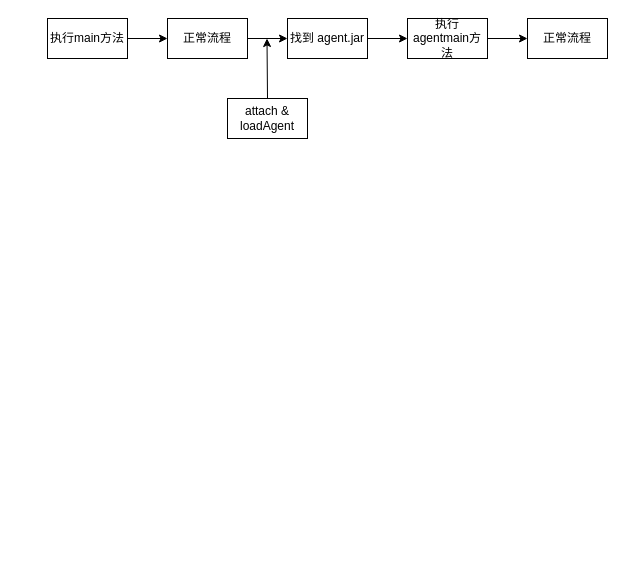
zzzskd/pictureandor keeps this draw.io diagram as 未命名绘图.drawio. Above is the earlier version. Source tidied: cells renumbered, new cells numbered last; positions are measured from the earlier drawing's top-left corner, leaving out a move shared by most shapes. Both pictures are drawn from the tidied source at 100%, with x=0, y=0 at pixel (47, 18).
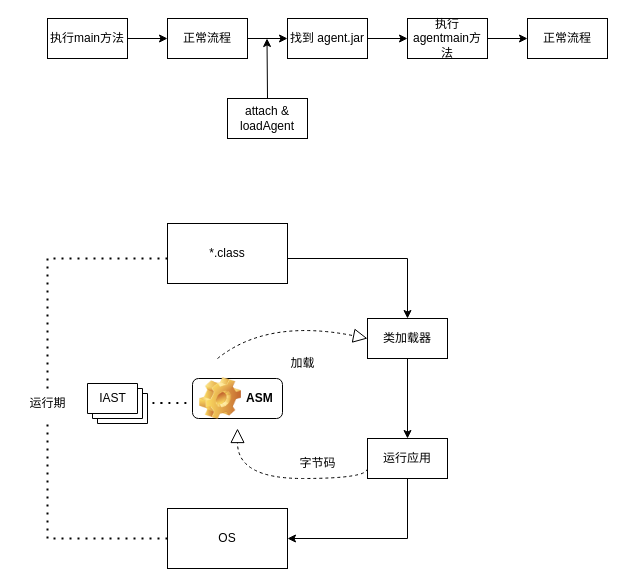
After the change.

Commit message:
更新未命名绘图.drawio

The edit, as a diff of the source:
```diff
@@
+    <mxCell id="13" value="*.class" style="rounded=0;whiteSpace=wrap;html=1;" parent="1" vertex="1">
+      <mxGeometry x="120" y="205" width="120" height="60" as="geometry" />
+    </mxCell>
+    <mxCell id="14" value="OS" style="rounded=0;whiteSpace=wrap;html=1;" parent="1" vertex="1">
+      <mxGeometry x="120" y="490" width="120" height="60" as="geometry" />
+    </mxCell>
+    <mxCell id="15" value="类加载器" style="rounded=0;whiteSpace=wrap;html=1;" parent="1" vertex="1">
+      <mxGeometry x="320" y="300" width="80" height="40" as="geometry" />
+    </mxCell>
+    <mxCell id="16" value="运行应用" style="rounded=0;whiteSpace=wrap;html=1;" parent="1" vertex="1">
+      <mxGeometry x="320" y="420" width="80" height="40" as="geometry" />
+    </mxCell>
+    <mxCell id="17" value="ASM" style="label;whiteSpace=wrap;html=1;image=img/clipart/Gear_128x128.png;" parent="1" vertex="1">
+      <mxGeometry x="145" y="360" width="90" height="40" as="geometry" />
+    </mxCell>
+    <mxCell id="18" style="endArrow=classic;html=1;rounded=0;" parent="1" edge="1">
+      <mxGeometry relative="1" as="geometry">
+        <mxPoint x="240" y="240" as="sourcePoint" />
+        <mxPoint x="360" y="300" as="targetPoint" />
+        <Array as="points">
+          <mxPoint x="360" y="240" />
+        </Array>
+      </mxGeometry>
+    </mxCell>
+    <mxCell id="19" style="endArrow=classic;html=1;rounded=0;entryX=0.5;entryY=0;entryDx=0;entryDy=0;" parent="1" edge="1" target="16">
+      <mxGeometry relative="1" as="geometry">
+        <mxPoint x="360" y="340" as="sourcePoint" />
+      </mxGeometry>
+    </mxCell>
+    <mxCell id="20" style="endArrow=classic;html=1;rounded=0;entryX=1;entryY=0.5;entryDx=0;entryDy=0;" parent="1" edge="1" target="14">
+      <mxGeometry x="-1" y="-32" relative="1" as="geometry">
+        <mxPoint x="360" y="460" as="sourcePoint" />
+        <Array as="points">
+          <mxPoint x="360" y="520" />
+        </Array>
+        <mxPoint x="-33" y="7" as="offset" />
+      </mxGeometry>
+    </mxCell>
+    <mxCell id="21" style="endArrow=none;dashed=1;html=1;dashPattern=1 3;strokeWidth=2;rounded=0;startArrow=none;" parent="1" edge="1" source="26">
+      <mxGeometry x="0.26" y="60" relative="1" as="geometry">
+        <mxPoint x="120" y="240" as="targetPoint" />
+        <Array as="points">
+          <mxPoint y="240" />
+        </Array>
+      </mxGeometry>
+    </mxCell>
+    <mxCell id="22" style="endArrow=block;dashed=1;endFill=0;endSize=12;html=1;rounded=0;edgeStyle=orthogonalEdgeStyle;curved=1;" parent="1" edge="1">
+      <mxGeometry relative="1" as="geometry">
+        <mxPoint x="320" y="450" as="sourcePoint" />
+        <mxPoint x="190" y="410" as="targetPoint" />
+        <Array as="points">
+          <mxPoint x="320" y="460" />
+          <mxPoint x="190" y="460" />
+        </Array>
+      </mxGeometry>
+    </mxCell>
+    <mxCell id="23" value="字节码" style="text;html=1;align=center;verticalAlign=middle;strokeColor=none;fillColor=none;" parent="1" vertex="1">
+      <mxGeometry x="240" y="430" width="60" height="30" as="geometry" />
+    </mxCell>
+    <mxCell id="24" style="endArrow=block;dashed=1;endFill=0;endSize=12;html=1;rounded=0;curved=1;" parent="1" edge="1">
+      <mxGeometry relative="1" as="geometry">
+        <mxPoint x="170" y="340" as="sourcePoint" />
+        <mxPoint x="320" y="320" as="targetPoint" />
+        <Array as="points">
+          <mxPoint x="220" y="300" />
+        </Array>
+      </mxGeometry>
+    </mxCell>
+    <mxCell id="25" value="加载" style="text;html=1;align=center;verticalAlign=middle;strokeColor=none;fillColor=none;" parent="1" vertex="1">
+      <mxGeometry x="230" y="330" width="50" height="30" as="geometry" />
+    </mxCell>
+    <mxCell id="26" value="运行期" style="text;html=1;align=center;verticalAlign=middle;points=[];strokeColor=none;fillColor=none;" parent="1" vertex="1">
+      <mxGeometry x="-30" y="370" width="60" height="30" as="geometry" />
+    </mxCell>
+    <mxCell id="27" style="endArrow=none;dashed=1;html=1;dashPattern=1 3;strokeWidth=2;rounded=0;" parent="1" edge="1" target="26">
+      <mxGeometry x="0.26" y="60" relative="1" as="geometry">
+        <mxPoint x="120" y="520" as="sourcePoint" />
+        <Array as="points">
+          <mxPoint y="520" />
+        </Array>
+      </mxGeometry>
+    </mxCell>
+    <mxCell id="28" style="endArrow=none;dashed=1;html=1;dashPattern=1 3;strokeWidth=2;rounded=0;curved=1;" parent="1" edge="1">
+      <mxGeometry relative="1" as="geometry">
+        <mxPoint x="105" y="384.5" as="sourcePoint" />
+        <mxPoint x="145" y="384.5" as="targetPoint" />
+      </mxGeometry>
+    </mxCell>
+    <mxCell id="29" style="verticalLabelPosition=bottom;verticalAlign=top;html=1;shape=mxgraph.basic.layered_rect;dx=10;whiteSpace=wrap;" parent="1" vertex="1">
+      <mxGeometry x="40" y="365" width="60" height="40" as="geometry" />
+    </mxCell>
+    <mxCell id="30" value="IAST" style="text;html=1;align=center;verticalAlign=middle;strokeColor=none;fillColor=none;" parent="1" vertex="1">
+      <mxGeometry x="40" y="365" width="50" height="30" as="geometry" />
+    </mxCell>
```
